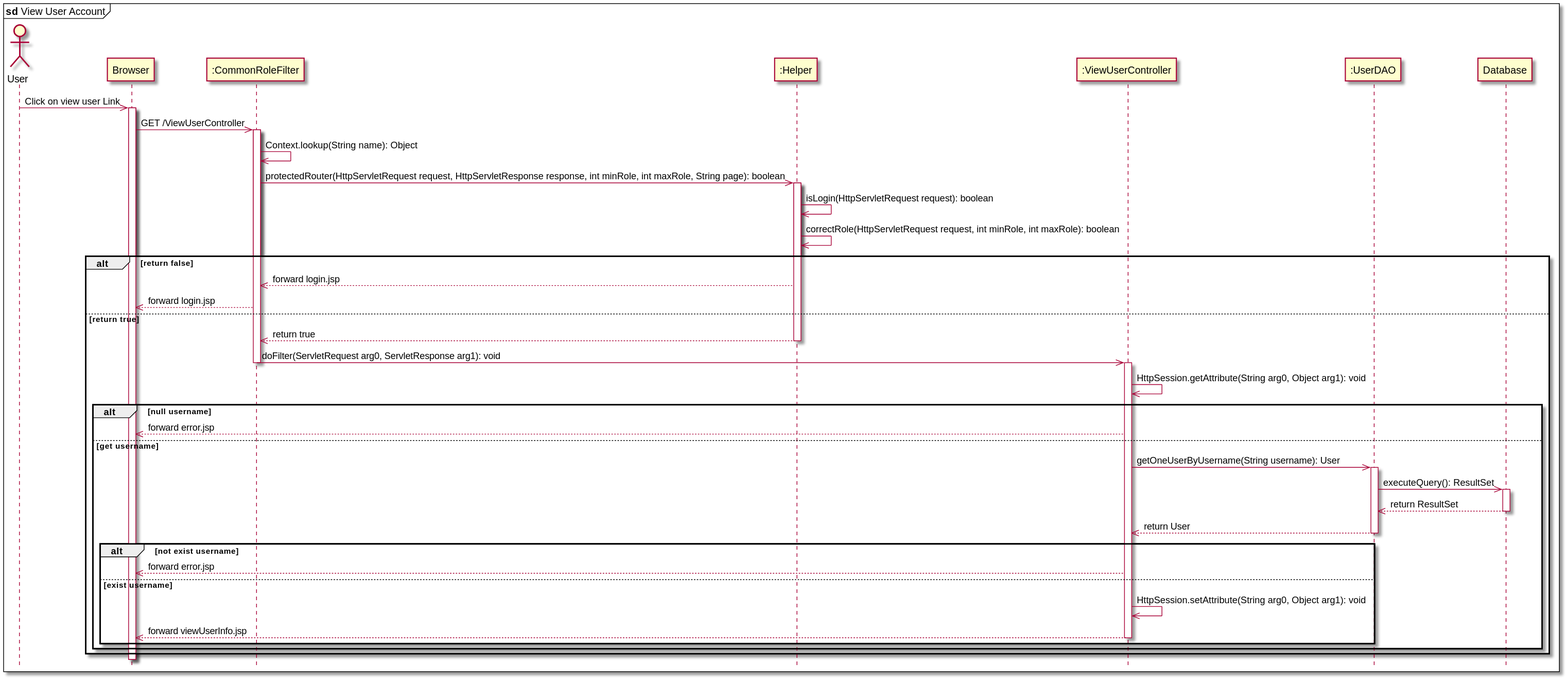
tantruong2303/booking-hotel keeps this PlantUML diagram as data/sequence/viewUser.svg. Above is the earlier version. Its diagram source:
```plantuml
@startuml viewUser

hide footbox
mainframe <b>sd</b> View User Account
actor User
participant "Browser" as Browser
participant ":CommonRoleFilter" as CommonRoleFilter
participant ":Helper" as Helper
participant ":ViewUserController" as ViewUserController
participant ":UserDAO" as UserDao
participant "Database" as DB

User ->> Browser: Click on view user Link
activate Browser
Browser ->> CommonRoleFilter: GET /ViewUserController
activate CommonRoleFilter
CommonRoleFilter ->> CommonRoleFilter: Context.lookup(String name): Object
CommonRoleFilter ->> Helper: protectedRouter(HttpServletRequest request, HttpServletResponse response, int minRole, int maxRole, String page): boolean
activate Helper
Helper ->> Helper: isLogin(HttpServletRequest request): boolean
Helper ->> Helper: correctRole(HttpServletRequest request, int minRole, int maxRole): boolean
alt return false
    Helper -->> CommonRoleFilter: forward login.jsp
    CommonRoleFilter -->> Browser: forward login.jsp
else return true
    Helper -->> CommonRoleFilter: return true
    deactivate Helper
    CommonRoleFilter ->> ViewUserController: doFilter(ServletRequest arg0, ServletResponse arg1): void
    deactivate CommonRoleFilter
    activate ViewUserController
    ViewUserController ->> ViewUserController: HttpSession.getAttribute(String arg0, Object arg1): void
    alt null username
        ViewUserController -->> Browser: forward error.jsp
    else get username
        ViewUserController ->> UserDao: getOneUserByUsername(String username): User
        activate UserDao
        UserDao ->> DB: executeQuery(): ResultSet
        activate DB
        DB -->> UserDao: return ResultSet
        deactivate DB
        UserDao -->> ViewUserController: return User
        deactivate UserDao
        alt not exist username
            ViewUserController -->> Browser: forward error.jsp
        else exist username
            ViewUserController ->> ViewUserController: HttpSession.setAttribute(String arg0, Object arg1): void
            ViewUserController -->> Browser: forward viewUserInfo.jsp
        deactivate ViewUserController
    end
    end
end

@enduml
```
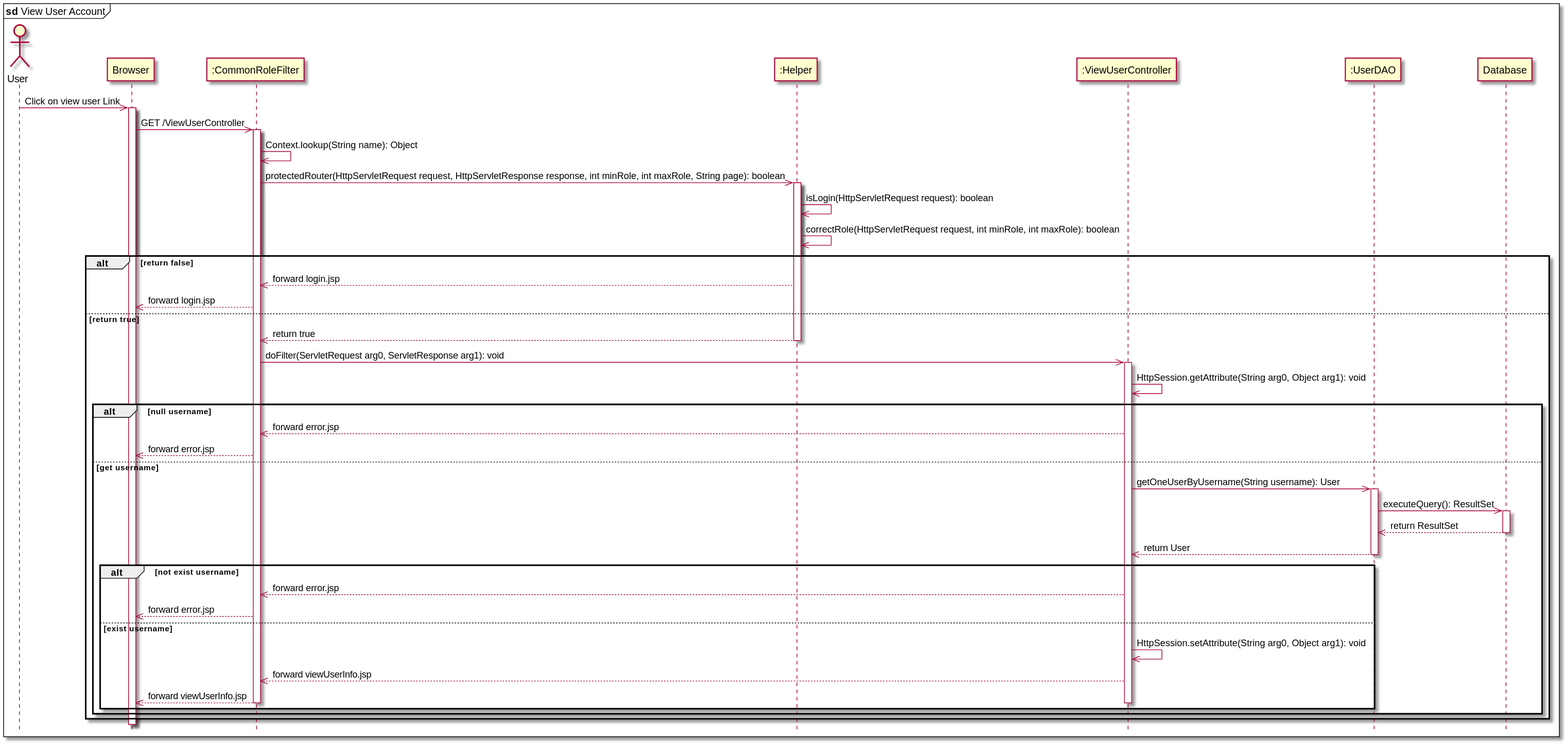
After the commit.

Diff of the diagram source:
```diff
@@ -26,11 +26,12 @@
     Helper -->> CommonRoleFilter: return true
     deactivate Helper
     CommonRoleFilter ->> ViewUserController: doFilter(ServletRequest arg0, ServletResponse arg1): void
-    deactivate CommonRoleFilter
+
     activate ViewUserController
     ViewUserController ->> ViewUserController: HttpSession.getAttribute(String arg0, Object arg1): void
     alt null username
-        ViewUserController -->> Browser: forward error.jsp
+        ViewUserController -->> CommonRoleFilter: forward error.jsp
+        CommonRoleFilter -->> Browser: forward error.jsp
     else get username
         ViewUserController ->> UserDao: getOneUserByUsername(String username): User
         activate UserDao
@@ -41,10 +42,13 @@
         UserDao -->> ViewUserController: return User
         deactivate UserDao
         alt not exist username
-            ViewUserController -->> Browser: forward error.jsp
+            ViewUserController -->> CommonRoleFilter: forward error.jsp
+            CommonRoleFilter -->> Browser: forward error.jsp
         else exist username
             ViewUserController ->> ViewUserController: HttpSession.setAttribute(String arg0, Object arg1): void
-            ViewUserController -->> Browser: forward viewUserInfo.jsp
+            ViewUserController -->> CommonRoleFilter: forward viewUserInfo.jsp
+            CommonRoleFilter -->> Browser: forward viewUserInfo.jsp
+        deactivate CommonRoleFilter
         deactivate ViewUserController
     end
     end
```
